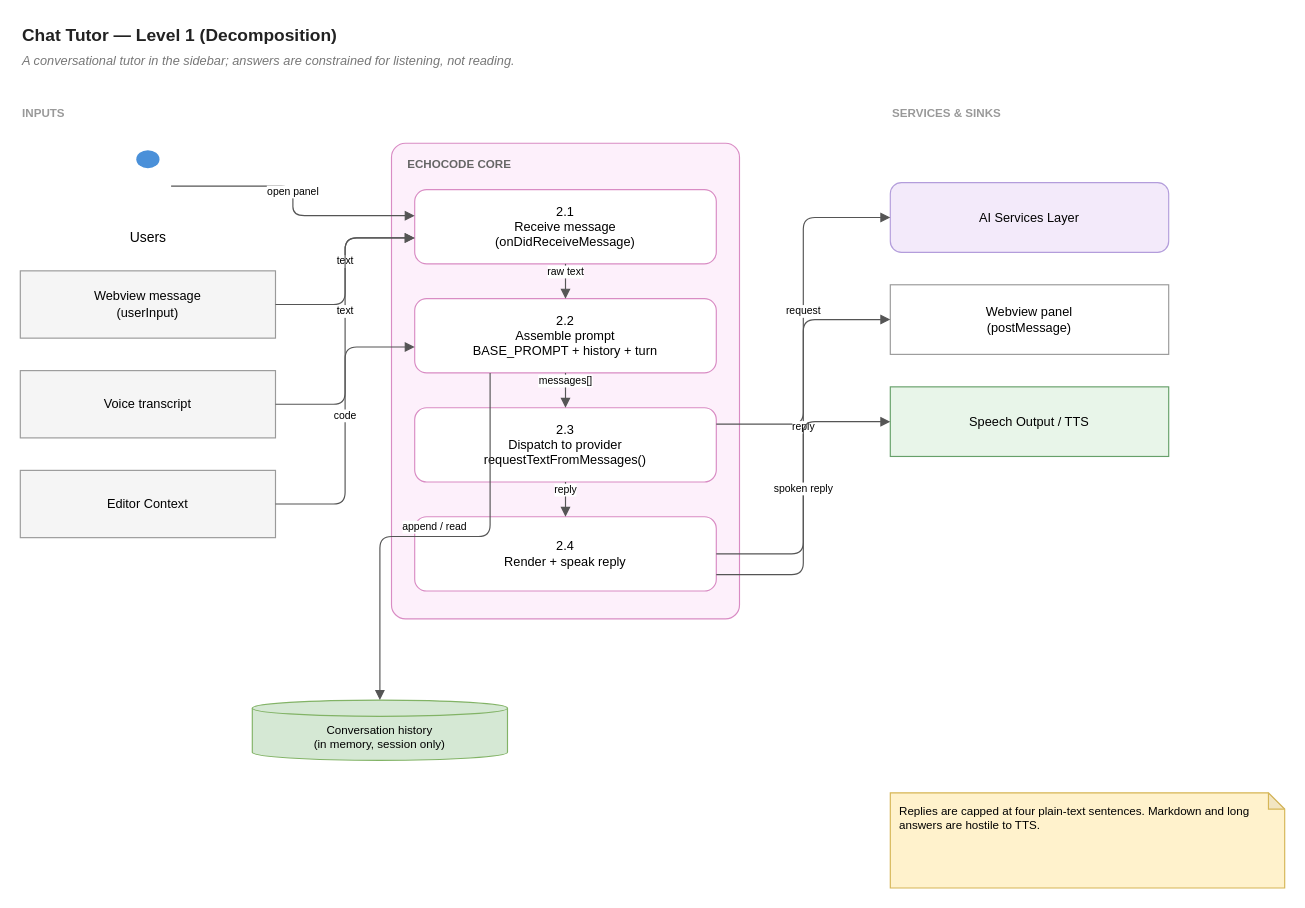
Before: page "Level 1 — Decomposition" (2 of 2) of wiki/diagrams/02-chat-tutor.drawio in hpcclab/EchoCode, a draw.io diagram. Source tidied: cells renumbered, new cells numbered last; positions are measured from the earlier drawing's top-left corner, leaving out a move shared by most shapes. Both pictures are drawn from the tidied source at 116%, with x=0, y=0 at pixel (20, 20).
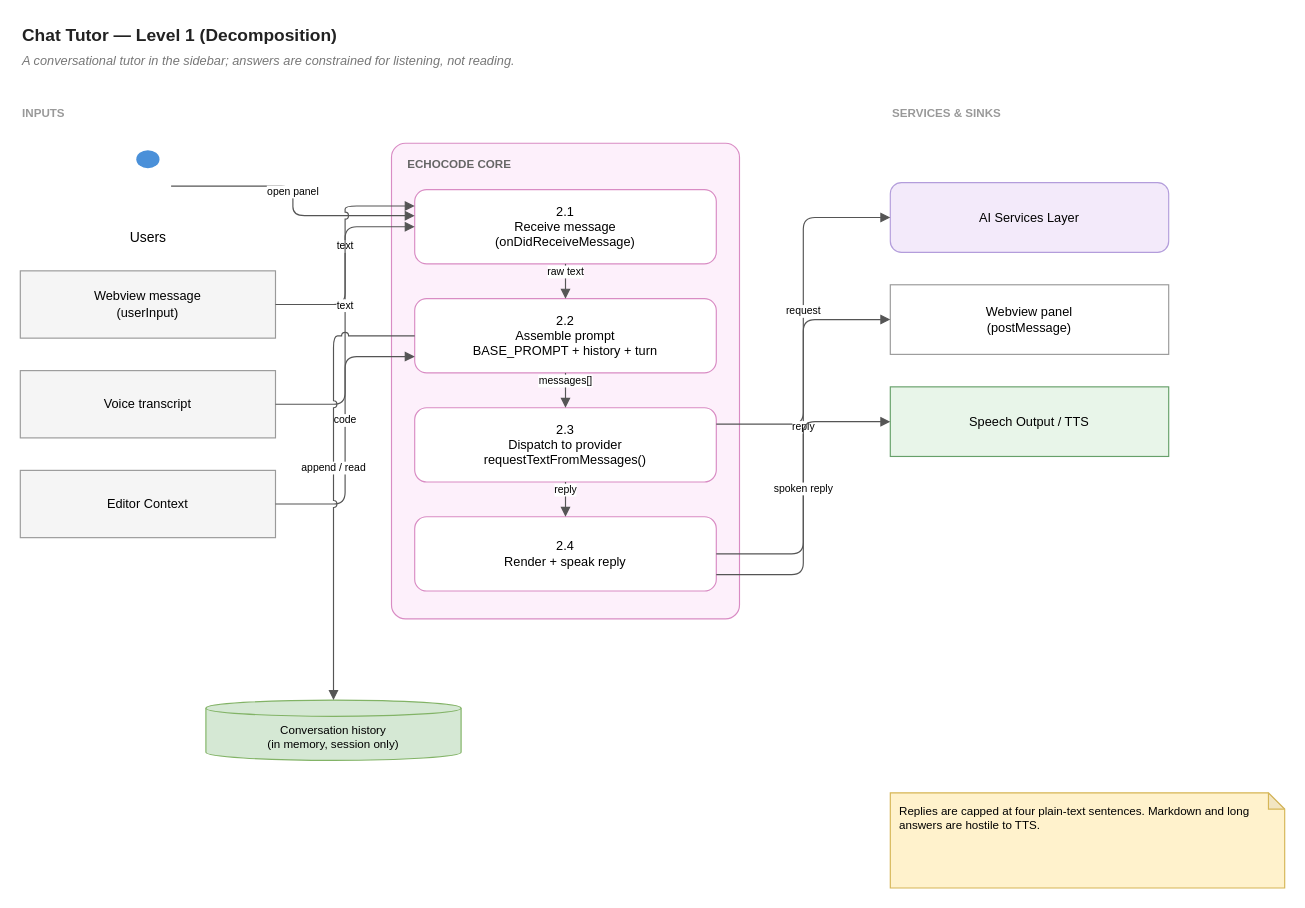
The same diagram, later.

The change refers to these unchanged cells:
```xml
<mxCell id="7" value="2.1&#10;Receive message&#10;(onDidReceiveMessage)" style="rounded=1;whiteSpace=wrap;html=1;fillColor=#ffffff;strokeColor=#d98cc4;fontSize=11;arcSize=16;" parent="6" vertex="1">
  <mxGeometry x="20" y="40" width="260" height="64" as="geometry" />
</mxCell>
<mxCell id="8" value="2.2&#10;Assemble prompt&#10;BASE_PROMPT + history + turn" style="rounded=1;whiteSpace=wrap;html=1;fillColor=#ffffff;strokeColor=#d98cc4;fontSize=11;arcSize=16;" parent="6" vertex="1">
  <mxGeometry x="20" y="134" width="260" height="64" as="geometry" />
</mxCell>
<mxCell id="12" value="Webview message&#10;(userInput)" style="rounded=0;whiteSpace=wrap;html=1;fillColor=#f5f5f5;strokeColor=#9a9a9a;fontSize=11;" parent="1" vertex="1">
  <mxGeometry y="216" width="220" height="58" as="geometry" />
</mxCell>
<mxCell id="13" value="Voice transcript" style="rounded=0;whiteSpace=wrap;html=1;fillColor=#f5f5f5;strokeColor=#9a9a9a;fontSize=11;" parent="1" vertex="1">
  <mxGeometry y="302" width="220" height="58" as="geometry" />
</mxCell>
<mxCell id="14" value="Editor Context" style="rounded=0;whiteSpace=wrap;html=1;fillColor=#f5f5f5;strokeColor=#9a9a9a;fontSize=11;" parent="1" vertex="1">
  <mxGeometry y="388" width="220" height="58" as="geometry" />
</mxCell>
```

Change to the diagram source:
```diff
@@
     <mxCell id="18" value="Conversation history&#10;(in memory, session only)" style="shape=cylinder3;boundedLbl=1;backgroundOutline=1;size=7;whiteSpace=wrap;html=1;fillColor=#d5e8d4;strokeColor=#82b366;fontSize=10;" parent="1" vertex="1">
-      <mxGeometry x="200" y="586" width="220" height="52" as="geometry" />
+      <mxGeometry x="160" y="586" width="220" height="52" as="geometry" />
     </mxCell>
@@
-    <mxCell id="20" value="text" style="edgeStyle=orthogonalEdgeStyle;rounded=1;html=1;endArrow=block;endFill=1;jettySize=auto;jumpStyle=arc;jumpSize=6;fontSize=9;labelBackgroundColor=#ffffff;verticalAlign=bottom;strokeColor=#555555;exitX=1;exitY=0.5;exitDx=0;exitDy=0;entryX=0;entryY=0.65;entryDx=0;entryDy=0;" parent="1" edge="1" source="12" target="7">
+    <mxCell id="20" value="text" style="edgeStyle=orthogonalEdgeStyle;rounded=1;html=1;endArrow=block;endFill=1;jettySize=auto;jumpStyle=arc;jumpSize=6;fontSize=9;labelBackgroundColor=#ffffff;verticalAlign=bottom;strokeColor=#555555;exitX=1;exitY=0.5;exitDx=0;exitDy=0;entryX=0;entryY=0.22;entryDx=0;entryDy=0;" parent="1" edge="1" source="12" target="7">
       <mxGeometry relative="1" as="geometry" />
     </mxCell>
-    <mxCell id="21" value="text" style="edgeStyle=orthogonalEdgeStyle;rounded=1;html=1;endArrow=block;endFill=1;jettySize=auto;jumpStyle=arc;jumpSize=6;fontSize=9;labelBackgroundColor=#ffffff;verticalAlign=bottom;strokeColor=#555555;exitX=1;exitY=0.5;exitDx=0;exitDy=0;entryX=0;entryY=0.65;entryDx=0;entryDy=0;" parent="1" edge="1" source="13" target="7">
+    <mxCell id="21" value="text" style="edgeStyle=orthogonalEdgeStyle;rounded=1;html=1;endArrow=block;endFill=1;jettySize=auto;jumpStyle=arc;jumpSize=6;fontSize=9;labelBackgroundColor=#ffffff;verticalAlign=bottom;strokeColor=#555555;exitX=1;exitY=0.5;exitDx=0;exitDy=0;entryX=0;entryY=0.5;entryDx=0;entryDy=0;" parent="1" edge="1" source="13" target="7">
       <mxGeometry relative="1" as="geometry" />
     </mxCell>
-    <mxCell id="22" value="code" style="edgeStyle=orthogonalEdgeStyle;rounded=1;html=1;endArrow=block;endFill=1;jettySize=auto;jumpStyle=arc;jumpSize=6;fontSize=9;labelBackgroundColor=#ffffff;verticalAlign=bottom;strokeColor=#555555;exitX=1;exitY=0.5;exitDx=0;exitDy=0;entryX=0;entryY=0.65;entryDx=0;entryDy=0;" parent="1" edge="1" source="14" target="8">
+    <mxCell id="22" value="code" style="edgeStyle=orthogonalEdgeStyle;rounded=1;html=1;endArrow=block;endFill=1;jettySize=auto;jumpStyle=arc;jumpSize=6;fontSize=9;labelBackgroundColor=#ffffff;verticalAlign=bottom;strokeColor=#555555;exitX=1;exitY=0.5;exitDx=0;exitDy=0;entryX=0;entryY=0.78;entryDx=0;entryDy=0;" parent="1" edge="1" source="14" target="8">
       <mxGeometry relative="1" as="geometry" />
     </mxCell>
@@
-    <mxCell id="29" value="append / read" style="edgeStyle=orthogonalEdgeStyle;rounded=1;html=1;endArrow=block;endFill=1;jettySize=auto;jumpStyle=arc;jumpSize=6;fontSize=9;labelBackgroundColor=#ffffff;verticalAlign=bottom;strokeColor=#555555;exitX=0.25;exitY=1;exitDx=0;exitDy=0;entryX=0.5;entryY=0;entryDx=0;entryDy=0;" parent="1" edge="1" source="8" target="18">
+    <mxCell id="29" value="append / read" style="edgeStyle=orthogonalEdgeStyle;rounded=1;html=1;endArrow=block;endFill=1;jettySize=auto;jumpStyle=arc;jumpSize=6;fontSize=9;labelBackgroundColor=#ffffff;verticalAlign=bottom;strokeColor=#555555;exitX=0;exitY=0.5;exitDx=0;exitDy=0;entryX=0.5;entryY=0;entryDx=0;entryDy=0;" parent="1" edge="1" source="8" target="18">
       <mxGeometry relative="1" as="geometry" />
     </mxCell>
```
